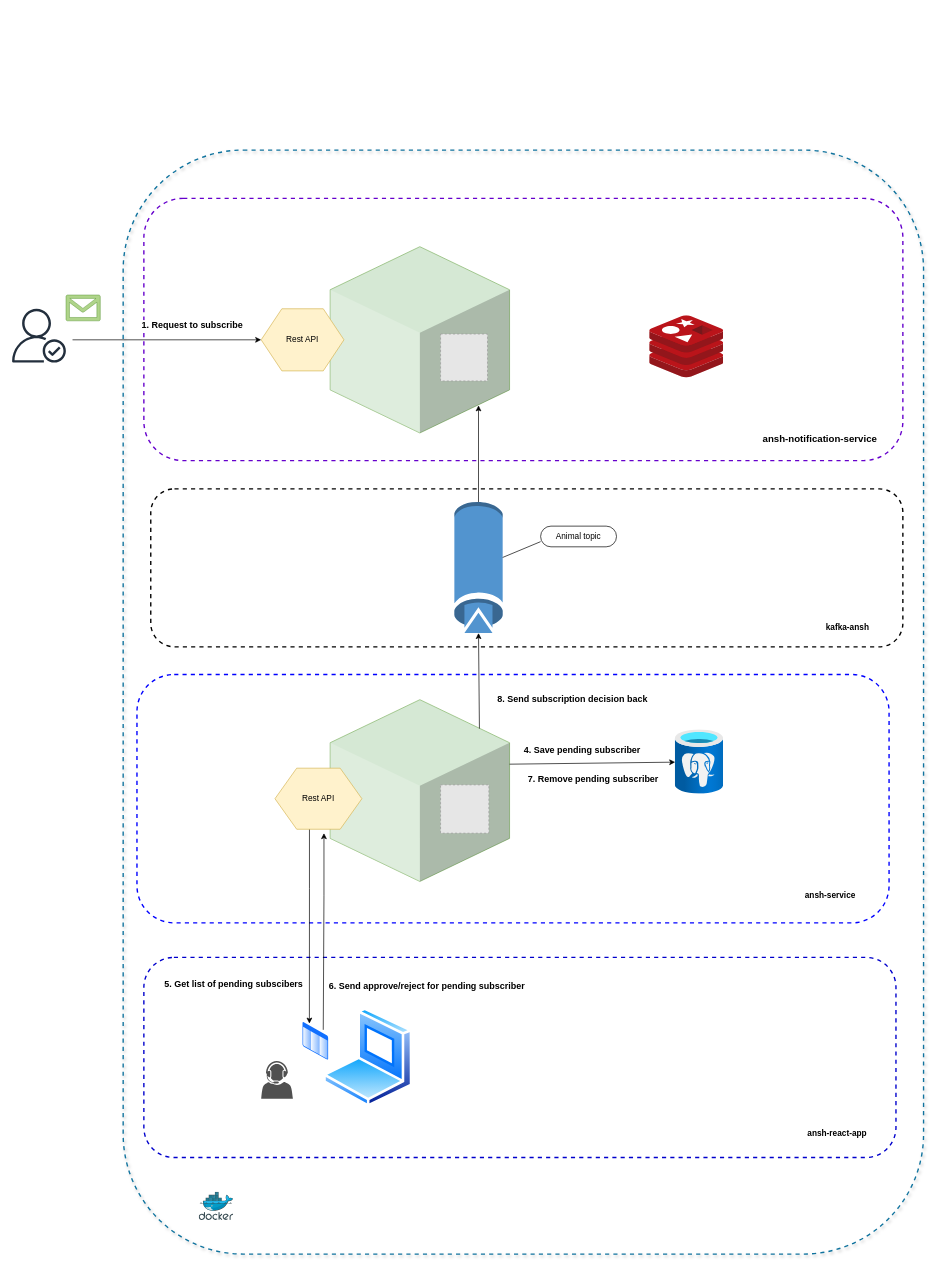
NatOlk/animal-shelter-app keeps this draw.io diagram as diagrams/notification_components.drawio. Above is the earlier version. Source tidied: cells renumbered, new cells numbered last; positions are measured from the earlier drawing's top-left corner, leaving out a move shared by most shapes. Both pictures are drawn from the tidied source at 69%, with x=0, y=0 at pixel (12, 150). Pictures stored in the file or linked from it are replaced by grey dashed boxes.
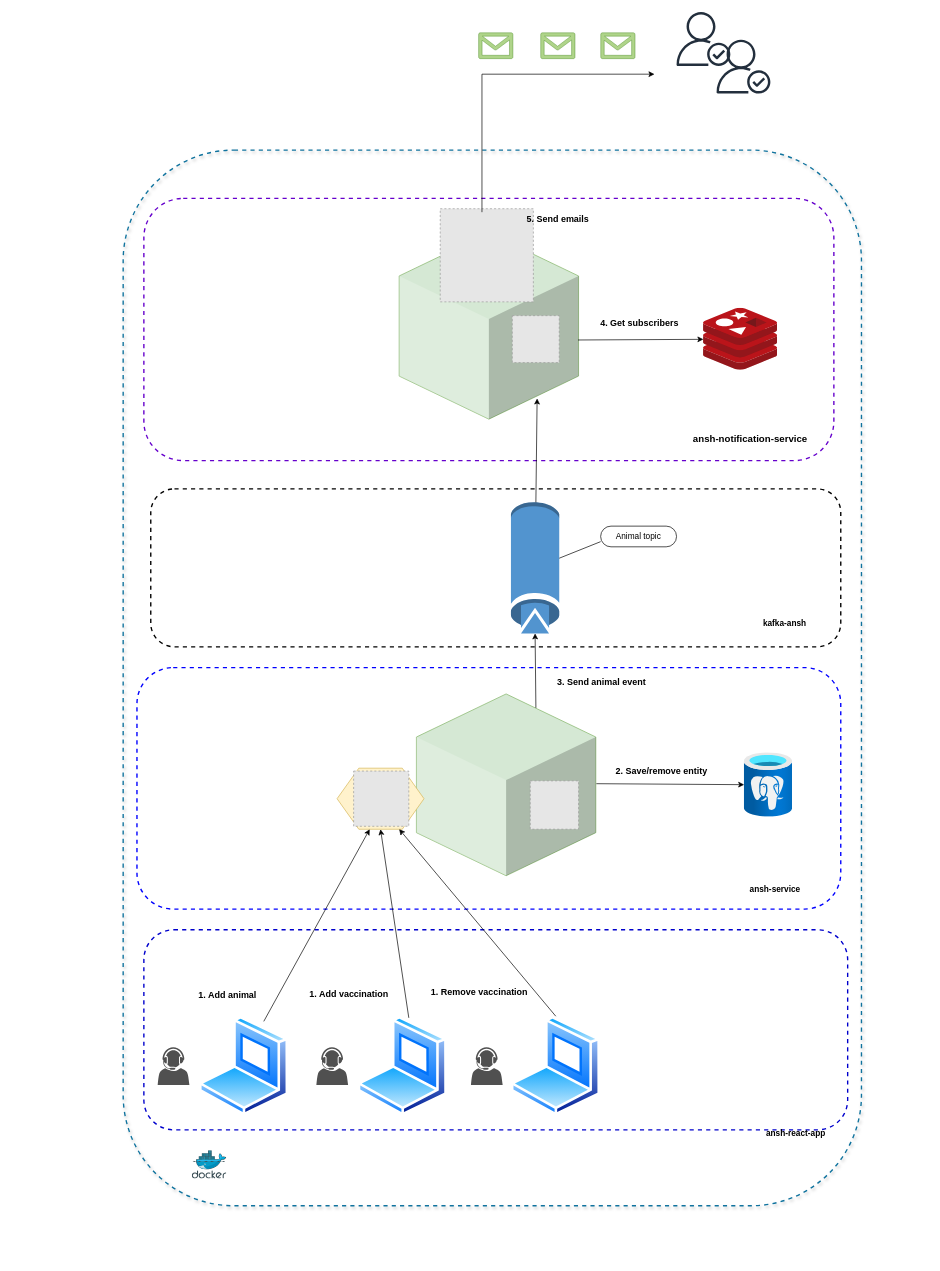
The same page after the edit.

Commit message:
[techDebt] Create a diagram to describe subscription flow

Change to the diagram source:
```diff
@@
     <mxCell id="2" style="rounded=1;whiteSpace=wrap;html=1;fillColor=none;dashed=1;strokeWidth=2;" parent="1" vertex="1">
-      <mxGeometry x="201" y="491" width="1090" height="229" as="geometry" />
+      <mxGeometry x="201" y="491" width="1000" height="229" as="geometry" />
     </mxCell>
     <mxCell id="3" style="rounded=1;whiteSpace=wrap;html=1;fillColor=none;dashed=1;strokeWidth=2;shadow=1;strokeColor=#10739e;" parent="1" vertex="1">
-      <mxGeometry x="161" width="1160" height="1600" as="geometry" />
+      <mxGeometry x="161" width="1070" height="1530" as="geometry" />
     </mxCell>
     <mxCell id="4" style="rounded=1;html=1;fillColor=none;dashed=1;strokeWidth=2;labelBackgroundColor=default;strokeColor=#6600CC;" parent="1" vertex="1">
-      <mxGeometry x="191" y="70" width="1100" height="380" as="geometry" />
+      <mxGeometry x="191" y="70" width="1000" height="380" as="geometry" />
     </mxCell>
     <mxCell id="5" style="rounded=1;whiteSpace=wrap;html=1;fillColor=none;dashed=1;strokeWidth=2;strokeColor=#0000CC;" parent="1" vertex="1">
-      <mxGeometry x="191" y="1170" width="1090" height="290" as="geometry" />
+      <mxGeometry x="191" y="1130" width="1020" height="290" as="geometry" />
     </mxCell>
     <mxCell id="6" style="rounded=1;whiteSpace=wrap;html=1;dashed=1;strokeWidth=2;fillColor=none;fontColor=#ffffff;strokeColor=#0000FF;" parent="1" vertex="1">
-      <mxGeometry x="181" y="760" width="1090" height="360" as="geometry" />
+      <mxGeometry x="181" y="750" width="1020" height="350" as="geometry" />
     </mxCell>
     <mxCell id="7" style="image;sketch=0;html=1;points=[];align=center;fontSize=12;image=img/lib/mscae/Cache_Redis_Product.svg;" parent="1" vertex="1">
-      <mxGeometry x="923.9" y="240" width="107.2" height="90" as="geometry" />
+      <mxGeometry x="1001.9" y="229" width="107.2" height="90" as="geometry" />
     </mxCell>
     <mxCell id="8" style="image;sketch=0;html=1;align=center;fontSize=12;image=img/lib/mscae/Docker.svg;" parent="1" vertex="1">
-      <mxGeometry x="271" y="1510" width="50" height="41" as="geometry" />
+      <mxGeometry x="261" y="1450" width="50" height="41" as="geometry" />
     </mxCell>
     <mxCell id="9" style="verticalLabelPosition=bottom;verticalAlign=top;html=1;shape=mxgraph.infographic.shadedCube;isoAngle=15;fillColor=#d5e8d4;strokeColor=#82b366;fillStyle=solid;" parent="1" vertex="1">
-      <mxGeometry x="461" y="140" width="260" height="270" as="geometry" />
+      <mxGeometry x="561" y="120" width="260" height="270" as="geometry" />
     </mxCell>
     <mxCell id="10" style="outlineConnect=0;dashed=0;verticalLabelPosition=bottom;verticalAlign=top;align=center;html=1;shape=mxgraph.aws3.topic;fillColor=#5294CF;gradientColor=none;direction=west;" parent="1" vertex="1">
-      <mxGeometry x="641" y="510" width="70" height="190" as="geometry" />
+      <mxGeometry x="723" y="510.5" width="70" height="190" as="geometry" />
     </mxCell>
     <mxCell id="11" value="Animal topic" style="whiteSpace=wrap;html=1;rounded=1;arcSize=50;align=center;verticalAlign=middle;strokeWidth=1;spacing=4;newEdgeStyle={&quot;edgeStyle&quot;:&quot;entityRelationEdgeStyle&quot;,&quot;startArrow&quot;:&quot;none&quot;,&quot;endArrow&quot;:&quot;none&quot;,&quot;segment&quot;:10,&quot;curved&quot;:1,&quot;sourcePerimeterSpacing&quot;:0,&quot;targetPerimeterSpacing&quot;:0};" parent="1" vertex="1">
-      <mxGeometry x="766" y="545" width="110" height="30" as="geometry" />
+      <mxGeometry x="853" y="545" width="110" height="30" as="geometry" />
     </mxCell>
@@
-    <mxCell id="13" value="Rest API" style="shape=hexagon;perimeter=hexagonPerimeter2;whiteSpace=wrap;html=1;size=0.25;fillColor=#fff2cc;strokeColor=#d6b656;" parent="1" vertex="1">
-      <mxGeometry x="361" y="230" width="120" height="90" as="geometry" />
-    </mxCell>
     <mxCell id="14" style="verticalLabelPosition=bottom;verticalAlign=top;html=1;shape=mxgraph.infographic.shadedCube;isoAngle=15;fillColor=#d5e8d4;strokeColor=#82b366;" parent="1" vertex="1">
-      <mxGeometry x="461" y="796.5" width="260" height="263.5" as="geometry" />
+      <mxGeometry x="586" y="788.2" width="260" height="263.5" as="geometry" />
     </mxCell>
     <mxCell id="15" style="fillColor=#E6E6E6;strokeColor=#999999;dashed=1;verticalLabelPosition=bottom;labelBackgroundColor=default;verticalAlign=top;" parent="1" vertex="1">
-      <mxGeometry x="621" y="920" width="70" height="70" as="geometry" />
+      <mxGeometry x="751" y="914.2" width="70" height="70" as="geometry" />
     </mxCell>
     <mxCell id="16" style="fillColor=#E6E6E6;strokeColor=#999999;dashed=1;verticalLabelPosition=bottom;labelBackgroundColor=default;verticalAlign=top;" parent="1" vertex="1">
-      <mxGeometry x="621" y="266.6" width="68" height="68" as="geometry" />
+      <mxGeometry x="725" y="240" width="68" height="68" as="geometry" />
     </mxCell>
     <mxCell id="17" style="image;perimeter=ellipsePerimeter;html=1;align=center;shadow=0;dashed=0;spacingTop=3;image=img/lib/active_directory/laptop_client.svg;" parent="1" vertex="1">
-      <mxGeometry x="451" y="1242.8" width="130" height="144.4" as="geometry" />
+      <mxGeometry x="271" y="1255.3" width="130" height="144.4" as="geometry" />
     </mxCell>
-    <mxCell id="18" style="endArrow=classic;html=1;rounded=0;entryX=0;entryY=0.5;entryDx=0;entryDy=0;verticalAlign=middle;" parent="1" edge="1" target="13">
-      <mxGeometry relative="1" as="geometry">
-        <mxPoint x="87.6" y="275" as="sourcePoint" />
-      </mxGeometry>
-    </mxCell>
-    <mxCell id="19" value="&lt;b&gt;&lt;font style=&quot;font-size: 13px;&quot;&gt;1. Request to subscribe&lt;/font&gt;&lt;/b&gt;" style="edgeLabel;html=1;align=center;verticalAlign=top;horizontal=1;" parent="18" vertex="1">
-      <mxGeometry x="0.18" y="-2" relative="1" as="geometry">
-        <mxPoint x="12" y="-37" as="offset" />
-      </mxGeometry>
-    </mxCell>
     <mxCell id="20" value="&lt;b&gt;&lt;font style=&quot;font-size: 14px;&quot;&gt;ansh-notification-service&lt;/font&gt;&lt;/b&gt;" style="text;html=1;strokeColor=none;fillColor=none;align=center;verticalAlign=middle;whiteSpace=wrap;rounded=0;" parent="1" vertex="1">
-      <mxGeometry x="1081" y="404.2" width="180" height="30" as="geometry" />
+      <mxGeometry x="980" y="404.2" width="180" height="30" as="geometry" />
     </mxCell>
     <mxCell id="21" value="&lt;b&gt;kafka-ansh&lt;/b&gt;" style="text;html=1;strokeColor=none;fillColor=none;align=center;verticalAlign=middle;whiteSpace=wrap;rounded=0;" parent="1" vertex="1">
-      <mxGeometry x="1171" y="677" width="80" height="30" as="geometry" />
+      <mxGeometry x="1080" y="670.5" width="80" height="30" as="geometry" />
     </mxCell>
     <mxCell id="22" value="&lt;b&gt;ansh-service&lt;/b&gt;" style="text;html=1;strokeColor=none;fillColor=none;align=center;verticalAlign=middle;whiteSpace=wrap;rounded=0;" parent="1" vertex="1">
-      <mxGeometry x="1141" y="1060" width="90" height="41" as="geometry" />
+      <mxGeometry x="1061" y="1051.8" width="90" height="41" as="geometry" />
     </mxCell>
     <mxCell id="23" value="&lt;b&gt;ansh-react-app&lt;/b&gt;" style="text;html=1;strokeColor=none;fillColor=none;align=center;verticalAlign=middle;whiteSpace=wrap;rounded=0;" parent="1" vertex="1">
-      <mxGeometry x="1151" y="1410" width="90" height="30" as="geometry" />
+      <mxGeometry x="1091" y="1410" width="90" height="30" as="geometry" />
     </mxCell>
-    <mxCell id="24" style="endArrow=classic;html=1;rounded=0;exitX=0.832;exitY=0.159;exitDx=0;exitDy=0;exitPerimeter=0;entryX=0.5;entryY=0;entryDx=0;entryDy=0;entryPerimeter=0;" parent="1" edge="1" source="14" target="10">
+    <mxCell id="24" style="endArrow=classic;html=1;rounded=0;exitX=0.666;exitY=0.077;exitDx=0;exitDy=0;exitPerimeter=0;entryX=0.5;entryY=0;entryDx=0;entryDy=0;entryPerimeter=0;" parent="1" edge="1" source="14" target="10">
       <mxGeometry relative="1" as="geometry" />
     </mxCell>
@@
-    <mxCell id="26" style="endArrow=classic;html=1;rounded=0;entryX=0.414;entryY=0.913;entryDx=0;entryDy=0;entryPerimeter=0;" parent="1" edge="1">
-      <mxGeometry relative="1" as="geometry">
-        <mxPoint x="676" y="510" as="sourcePoint" />
-        <mxPoint x="676" y="370" as="targetPoint" />
-      </mxGeometry>
+    <mxCell id="26" style="endArrow=classic;html=1;rounded=0;entryX=0.769;entryY=0.889;entryDx=0;entryDy=0;entryPerimeter=0;" parent="1" edge="1" source="10" target="9">
+      <mxGeometry relative="1" as="geometry" />
     </mxCell>
     <mxCell id="27" style="image;html=1;points=[];align=center;fontSize=12;image=img/lib/azure2/databases/Azure_Database_PostgreSQL_Server.svg;" parent="1" vertex="1">
-      <mxGeometry x="961" y="840" width="70" height="93.3" as="geometry" />
+      <mxGeometry x="1061" y="873.3" width="70" height="93.3" as="geometry" />
     </mxCell>
-    <mxCell id="28" style="image;perimeter=ellipsePerimeter;html=1;align=center;shadow=0;dashed=0;spacingTop=3;image=img/lib/active_directory/list.svg;" parent="1" vertex="1">
-      <mxGeometry x="420" y="1262.8" width="40" height="57.2" as="geometry" />
-    </mxCell>
-    <mxCell id="29" style="endArrow=classic;html=1;rounded=0;entryX=0.25;entryY=0;entryDx=0;entryDy=0;" parent="1" edge="1" target="28">
-      <mxGeometry relative="1" as="geometry">
-        <mxPoint x="431" y="980" as="sourcePoint" />
-        <Array as="points">
-          <mxPoint x="431" y="1070" />
-        </Array>
-      </mxGeometry>
-    </mxCell>
-    <mxCell id="30" value="&lt;b&gt;&lt;font style=&quot;font-size: 13px;&quot;&gt;5. Get list of pending subscibers&lt;/font&gt;&lt;/b&gt;" style="edgeLabel;html=1;align=center;verticalAlign=middle;" parent="29" vertex="1">
-      <mxGeometry x="0.29" y="-2" relative="1" as="geometry">
-        <mxPoint x="-108" y="45" as="offset" />
-      </mxGeometry>
-    </mxCell>
-    <mxCell id="31" value="Rest API" style="shape=hexagon;perimeter=hexagonPerimeter2;whiteSpace=wrap;html=1;size=0.25;fillColor=#fff2cc;strokeColor=#d6b656;" parent="1" vertex="1">
-      <mxGeometry x="381" y="895.8" width="126" height="88.5" as="geometry" />
+    <mxCell id="31" style="shape=hexagon;perimeter=hexagonPerimeter2;whiteSpace=wrap;html=1;size=0.25;fillColor=#fff2cc;strokeColor=#d6b656;" parent="1" vertex="1">
+      <mxGeometry x="471" y="895.8" width="126" height="88.5" as="geometry" />
     </mxCell>
-    <mxCell id="32" style="endArrow=classic;html=1;rounded=0;" parent="1" edge="1" target="27">
+    <mxCell id="32" style="endArrow=classic;html=1;rounded=0;exitX=1.003;exitY=0.405;exitDx=0;exitDy=0;exitPerimeter=0;" parent="1" edge="1" target="27">
       <mxGeometry relative="1" as="geometry">
-        <mxPoint x="721" y="890" as="sourcePoint" />
+        <mxPoint x="846.8" y="918.3" as="sourcePoint" />
       </mxGeometry>
     </mxCell>
-    <mxCell id="33" value="&lt;b&gt;&lt;font style=&quot;font-size: 13px;&quot;&gt;4. Save pending subscriber&lt;/font&gt;&lt;/b&gt;" style="edgeLabel;html=1;align=center;verticalAlign=middle;" parent="32" vertex="1">
+    <mxCell id="33" value="&lt;b&gt;&lt;font style=&quot;font-size: 13px;&quot;&gt;2. Save/remove entity&lt;/font&gt;&lt;/b&gt;" style="edgeLabel;html=1;align=center;verticalAlign=middle;" parent="32" vertex="1">
       <mxGeometry x="-0.24" y="-4" relative="1" as="geometry">
         <mxPoint x="13" y="-23" as="offset" />
       </mxGeometry>
     </mxCell>
-    <mxCell id="34" style="endArrow=classic;html=1;rounded=0;entryX=0.25;entryY=0;entryDx=0;entryDy=0;" parent="1" edge="1">
-      <mxGeometry relative="1" as="geometry">
-        <mxPoint x="451" y="1275" as="sourcePoint" />
-        <mxPoint x="452" y="990" as="targetPoint" />
-        <Array as="points">
-          <mxPoint x="452" y="1080" />
-        </Array>
-      </mxGeometry>
+    <mxCell id="34" style="endArrow=classic;html=1;rounded=0;entryX=0.375;entryY=1;entryDx=0;entryDy=0;exitX=0.75;exitY=0;exitDx=0;exitDy=0;" parent="1" edge="1" source="17" target="31">
+      <mxGeometry relative="1" as="geometry" />
     </mxCell>
-    <mxCell id="35" value="&lt;b&gt;&lt;font style=&quot;font-size: 13px;&quot;&gt;6. Send approve/reject for pending subscriber&lt;/font&gt;&lt;/b&gt;" style="edgeLabel;html=1;align=center;verticalAlign=middle;" parent="34" vertex="1">
+    <mxCell id="35" value="&lt;b&gt;&lt;font style=&quot;font-size: 13px;&quot;&gt;1. Add animal&lt;/font&gt;&lt;/b&gt;" style="edgeLabel;html=1;align=center;verticalAlign=middle;" parent="34" vertex="1">
       <mxGeometry x="0.2" y="1" relative="1" as="geometry">
-        <mxPoint x="150" y="107" as="offset" />
+        <mxPoint x="-145" y="129" as="offset" />
       </mxGeometry>
     </mxCell>
-    <mxCell id="36" value="&lt;b&gt;&lt;font style=&quot;font-size: 13px;&quot;&gt;7. Remove pending subscriber&lt;/font&gt;&lt;/b&gt;" style="edgeLabel;html=1;align=center;verticalAlign=middle;" parent="1" vertex="1">
-      <mxGeometry x="841" y="910" as="geometry" />
-    </mxCell>
-    <mxCell id="37" value="&lt;font style=&quot;font-size: 13px;&quot;&gt;&lt;b&gt;8. Send subscription decision back&lt;/b&gt;&lt;/font&gt;" style="edgeLabel;html=1;align=center;verticalAlign=middle;" parent="1" vertex="1">
-      <mxGeometry x="811" y="795" as="geometry" />
+    <mxCell id="37" value="&lt;font style=&quot;font-size: 13px;&quot;&gt;&lt;b&gt;3. Send animal event&lt;/b&gt;&lt;/font&gt;" style="edgeLabel;html=1;align=center;verticalAlign=middle;" parent="1" vertex="1">
+      <mxGeometry x="853" y="770" as="geometry" />
     </mxCell>
     <mxCell id="38" style="sketch=0;fontColor=#232F3E;gradientColor=none;fillColor=#232F3D;strokeColor=none;dashed=0;verticalLabelPosition=bottom;verticalAlign=top;align=center;html=1;fontSize=12;fontStyle=0;shape=mxgraph.aws4.authenticated_user;" parent="1" vertex="1">
-      <mxGeometry y="230" width="78" height="78" as="geometry" />
+      <mxGeometry x="963" y="-200" width="78" height="78" as="geometry" />
     </mxCell>
     <mxCell id="39" style="verticalLabelPosition=bottom;html=1;verticalAlign=top;align=center;strokeColor=#2D7600;fillColor=#60a917;shape=mxgraph.azure.message;fontColor=#ffffff;" parent="1" vertex="1">
-      <mxGeometry x="78" y="210" width="50" height="37.5" as="geometry" />
+      <mxGeometry x="853" y="-170" width="50" height="37.5" as="geometry" />
     </mxCell>
     <mxCell id="40" style="sketch=0;shadow=0;dashed=0;html=1;strokeColor=none;fillColor=#505050;labelPosition=center;verticalLabelPosition=bottom;verticalAlign=top;align=center;shape=mxgraph.office.users.call_center_agent;" parent="1" vertex="1">
-      <mxGeometry x="361" y="1320" width="46" height="55" as="geometry" />
+      <mxGeometry x="211" y="1300" width="46" height="55" as="geometry" />
     </mxCell>
+    <mxCell id="41" style="image;perimeter=ellipsePerimeter;html=1;align=center;shadow=0;dashed=0;spacingTop=3;image=img/lib/active_directory/laptop_client.svg;" parent="1" vertex="1">
+      <mxGeometry x="501" y="1255.3" width="130" height="144.4" as="geometry" />
+    </mxCell>
+    <mxCell id="42" style="image;perimeter=ellipsePerimeter;html=1;align=center;shadow=0;dashed=0;spacingTop=3;image=img/lib/active_directory/laptop_client.svg;" parent="1" vertex="1">
+      <mxGeometry x="723" y="1255.3" width="130" height="144.4" as="geometry" />
+    </mxCell>
+    <mxCell id="43" style="sketch=0;shadow=0;dashed=0;html=1;strokeColor=none;fillColor=#505050;labelPosition=center;verticalLabelPosition=bottom;verticalAlign=top;align=center;shape=mxgraph.office.users.call_center_agent;" parent="1" vertex="1">
+      <mxGeometry x="441" y="1300" width="46" height="55" as="geometry" />
+    </mxCell>
+    <mxCell id="44" style="sketch=0;shadow=0;dashed=0;html=1;strokeColor=none;fillColor=#505050;labelPosition=center;verticalLabelPosition=bottom;verticalAlign=top;align=center;shape=mxgraph.office.users.call_center_agent;" parent="1" vertex="1">
+      <mxGeometry x="665" y="1300" width="46" height="55" as="geometry" />
+    </mxCell>
+    <mxCell id="45" style="sketch=0;fontColor=#232F3E;gradientColor=none;fillColor=#232F3D;strokeColor=none;dashed=0;verticalLabelPosition=bottom;verticalAlign=top;align=center;html=1;fontSize=12;fontStyle=0;shape=mxgraph.aws4.authenticated_user;" parent="1" vertex="1">
+      <mxGeometry x="1021" y="-160" width="78" height="78" as="geometry" />
+    </mxCell>
+    <mxCell id="46" style="endArrow=classic;html=1;rounded=0;entryX=0.5;entryY=1;entryDx=0;entryDy=0;exitX=0.569;exitY=0.016;exitDx=0;exitDy=0;exitPerimeter=0;" parent="1" edge="1" source="41" target="31">
+      <mxGeometry relative="1" as="geometry" />
+    </mxCell>
+    <mxCell id="47" value="&lt;b&gt;&lt;font style=&quot;font-size: 13px;&quot;&gt;1. Remove vaccination&lt;/font&gt;&lt;/b&gt;" style="edgeLabel;html=1;align=center;verticalAlign=middle;" parent="46" vertex="1">
+      <mxGeometry x="0.2" y="1" relative="1" as="geometry">
+        <mxPoint x="127" y="126" as="offset" />
+      </mxGeometry>
+    </mxCell>
+    <mxCell id="48" style="endArrow=classic;html=1;rounded=0;entryX=0.5;entryY=1;entryDx=0;entryDy=0;exitX=0.5;exitY=0;exitDx=0;exitDy=0;" parent="1" edge="1" source="42">
+      <mxGeometry relative="1" as="geometry">
+        <mxPoint x="561" y="984.2" as="targetPoint" />
+      </mxGeometry>
+    </mxCell>
+    <mxCell id="49" value="&lt;b&gt;&lt;font style=&quot;font-size: 13px;&quot;&gt;1. Add vaccination&lt;/font&gt;&lt;/b&gt;" style="edgeLabel;html=1;align=center;verticalAlign=middle;" parent="48" vertex="1">
+      <mxGeometry x="0.2" y="1" relative="1" as="geometry">
+        <mxPoint x="-164" y="129" as="offset" />
+      </mxGeometry>
+    </mxCell>
+    <mxCell id="50" style="fillColor=#E6E6E6;strokeColor=#999999;dashed=1;verticalLabelPosition=bottom;labelBackgroundColor=default;verticalAlign=top;" parent="1" vertex="1">
+      <mxGeometry x="495" y="900" width="80" height="80" as="geometry" />
+    </mxCell>
+    <mxCell id="51" style="endArrow=classic;html=1;rounded=0;exitX=0.997;exitY=0.575;exitDx=0;exitDy=0;exitPerimeter=0;" parent="1" edge="1" source="9" target="7">
+      <mxGeometry relative="1" as="geometry" />
+    </mxCell>
+    <mxCell id="52" value="&lt;b&gt;&lt;font style=&quot;font-size: 13px;&quot;&gt;4. Get subscribers&lt;/font&gt;&lt;/b&gt;" style="edgeLabel;html=1;align=center;verticalAlign=middle;" parent="1" vertex="1">
+      <mxGeometry x="908" y="250" as="geometry" />
+    </mxCell>
+    <mxCell id="53" style="fillColor=#E6E6E6;strokeColor=#999999;dashed=1;verticalLabelPosition=bottom;labelBackgroundColor=default;verticalAlign=top;" parent="1" vertex="1">
+      <mxGeometry x="620.5" y="85" width="135" height="135" as="geometry" />
+    </mxCell>
+    <mxCell id="54" style="endArrow=classic;html=1;rounded=0;" parent="1" edge="1">
+      <mxGeometry relative="1" as="geometry">
+        <mxPoint x="681" y="90" as="sourcePoint" />
+        <mxPoint x="931" y="-110" as="targetPoint" />
+        <Array as="points">
+          <mxPoint x="681" y="-110" />
+        </Array>
+      </mxGeometry>
+    </mxCell>
+    <mxCell id="55" style="verticalLabelPosition=bottom;html=1;verticalAlign=top;align=center;strokeColor=#2D7600;fillColor=#60a917;shape=mxgraph.azure.message;fontColor=#ffffff;" parent="1" vertex="1">
+      <mxGeometry x="766" y="-170" width="50" height="37.5" as="geometry" />
+    </mxCell>
+    <mxCell id="56" style="verticalLabelPosition=bottom;html=1;verticalAlign=top;align=center;strokeColor=#2D7600;fillColor=#60a917;shape=mxgraph.azure.message;fontColor=#ffffff;" parent="1" vertex="1">
+      <mxGeometry x="676" y="-170" width="50" height="37.5" as="geometry" />
+    </mxCell>
+    <mxCell id="57" value="&lt;b&gt;&lt;font style=&quot;font-size: 13px;&quot;&gt;5. Send emails&amp;nbsp;&lt;/font&gt;&lt;/b&gt;" style="text;html=1;strokeColor=none;fillColor=none;align=center;verticalAlign=middle;whiteSpace=wrap;rounded=0;" parent="1" vertex="1">
+      <mxGeometry x="733" y="85" width="120" height="30" as="geometry" />
+    </mxCell>
```
